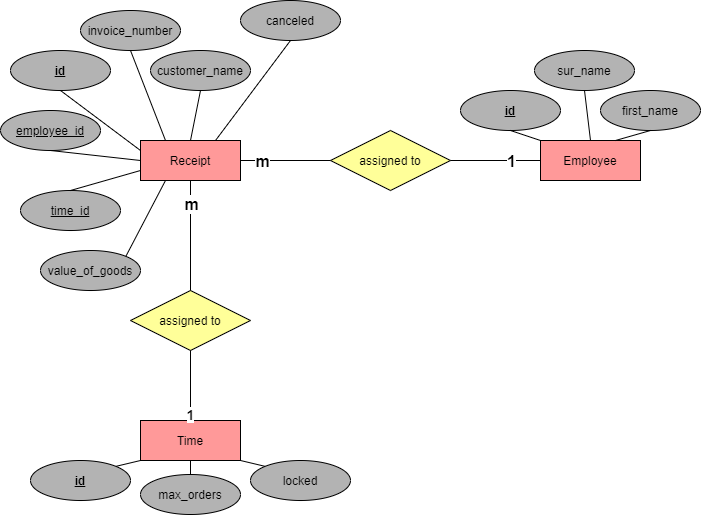
MrBalum/Gastro-Ordering-Handler keeps this draw.io diagram as ER-Chart.png. Above is the earlier version. Source tidied: cells renumbered, new cells last; positions are measured from the earlier drawing's top-left corner, leaving out a move shared by most shapes. Its diagram source:
```xml
<mxGraphModel>
  <root>
    <mxCell id="0" />
    <mxCell id="1" parent="0" />
    <mxCell id="2" value="Employee" style="whiteSpace=wrap;html=1;align=center;fillColor=#FF9999;" parent="1" vertex="1">
      <mxGeometry x="540" y="140" width="100" height="40" as="geometry" />
    </mxCell>
    <mxCell id="3" value="Time" style="whiteSpace=wrap;html=1;align=center;fillColor=#FF9999;" parent="1" vertex="1">
      <mxGeometry x="140" y="420" width="100" height="40" as="geometry" />
    </mxCell>
    <mxCell id="4" value="Receipt" style="whiteSpace=wrap;html=1;align=center;fillColor=#FF9999;" parent="1" vertex="1">
      <mxGeometry x="140" y="140" width="100" height="40" as="geometry" />
    </mxCell>
    <mxCell id="5" value="&lt;u&gt;&lt;b&gt;id&lt;/b&gt;&lt;/u&gt;" style="ellipse;whiteSpace=wrap;html=1;align=center;fillColor=#B3B3B3;" parent="1" vertex="1">
      <mxGeometry x="10" y="50" width="100" height="40" as="geometry" />
    </mxCell>
    <mxCell id="6" value="&lt;u&gt;&lt;b&gt;id&lt;/b&gt;&lt;/u&gt;" style="ellipse;whiteSpace=wrap;html=1;align=center;fillColor=#B3B3B3;" parent="1" vertex="1">
      <mxGeometry x="30" y="460" width="100" height="40" as="geometry" />
    </mxCell>
    <mxCell id="7" value="&lt;u&gt;&lt;b&gt;id&lt;/b&gt;&lt;/u&gt;" style="ellipse;whiteSpace=wrap;html=1;align=center;fillColor=#B3B3B3;" parent="1" vertex="1">
      <mxGeometry x="460" y="90" width="100" height="40" as="geometry" />
    </mxCell>
    <mxCell id="8" style="endArrow=none;html=1;rounded=0;exitX=1;exitY=0;exitDx=0;exitDy=0;entryX=0;entryY=1;entryDx=0;entryDy=0;" parent="1" edge="1" source="6" target="3">
      <mxGeometry relative="1" as="geometry" />
    </mxCell>
    <mxCell id="9" style="endArrow=none;html=1;rounded=0;entryX=0.5;entryY=1;entryDx=0;entryDy=0;exitX=0;exitY=0;exitDx=0;exitDy=0;" parent="1" edge="1" source="2" target="7">
      <mxGeometry relative="1" as="geometry" />
    </mxCell>
    <mxCell id="10" value="max_orders" style="ellipse;whiteSpace=wrap;html=1;align=center;fillColor=#B3B3B3;" parent="1" vertex="1">
      <mxGeometry x="140" y="474" width="100" height="40" as="geometry" />
    </mxCell>
    <mxCell id="11" style="endArrow=none;html=1;rounded=0;entryX=0.5;entryY=0;entryDx=0;entryDy=0;exitX=0.5;exitY=1;exitDx=0;exitDy=0;" parent="1" edge="1" source="3" target="10">
      <mxGeometry relative="1" as="geometry" />
    </mxCell>
    <mxCell id="12" value="invoice_number" style="ellipse;whiteSpace=wrap;html=1;align=center;fillColor=#B3B3B3;" parent="1" vertex="1">
      <mxGeometry x="80" y="10" width="100" height="40" as="geometry" />
    </mxCell>
    <mxCell id="13" style="endArrow=none;html=1;entryX=0.5;entryY=1;entryDx=0;entryDy=0;exitX=0.25;exitY=0;exitDx=0;exitDy=0;" parent="1" edge="1" source="4" target="12">
      <mxGeometry relative="1" as="geometry" />
    </mxCell>
    <mxCell id="14" style="endArrow=none;html=1;entryX=0;entryY=0.25;entryDx=0;entryDy=0;exitX=0.5;exitY=1;exitDx=0;exitDy=0;" parent="1" edge="1" source="5" target="4">
      <mxGeometry relative="1" as="geometry" />
    </mxCell>
    <mxCell id="15" value="customer_name" style="ellipse;whiteSpace=wrap;html=1;align=center;fillColor=#B3B3B3;" parent="1" vertex="1">
      <mxGeometry x="150" y="50" width="100" height="40" as="geometry" />
    </mxCell>
    <mxCell id="16" style="endArrow=none;html=1;rounded=0;entryX=0.5;entryY=1;entryDx=0;entryDy=0;" parent="1" edge="1" target="15">
      <mxGeometry relative="1" as="geometry">
        <mxPoint x="190" y="140" as="sourcePoint" />
      </mxGeometry>
    </mxCell>
    <mxCell id="17" value="&lt;u&gt;employee_id&lt;/u&gt;" style="ellipse;whiteSpace=wrap;html=1;align=center;fillColor=#B3B3B3;" parent="1" vertex="1">
      <mxGeometry y="110" width="100" height="40" as="geometry" />
    </mxCell>
    <mxCell id="18" style="endArrow=none;html=1;rounded=0;exitX=0.5;exitY=1;exitDx=0;exitDy=0;entryX=0;entryY=0.5;entryDx=0;entryDy=0;" parent="1" edge="1" source="17" target="4">
      <mxGeometry relative="1" as="geometry" />
    </mxCell>
    <mxCell id="19" value="sur_name" style="ellipse;whiteSpace=wrap;html=1;align=center;fillColor=#B3B3B3;" parent="1" vertex="1">
      <mxGeometry x="534" y="50" width="100" height="40" as="geometry" />
    </mxCell>
    <mxCell id="20" value="first_name" style="ellipse;whiteSpace=wrap;html=1;align=center;fillColor=#B3B3B3;" parent="1" vertex="1">
      <mxGeometry x="600" y="90" width="100" height="40" as="geometry" />
    </mxCell>
    <mxCell id="21" style="endArrow=none;html=1;rounded=0;entryX=0.5;entryY=1;entryDx=0;entryDy=0;exitX=0.5;exitY=0;exitDx=0;exitDy=0;" parent="1" edge="1" source="2" target="19">
      <mxGeometry relative="1" as="geometry" />
    </mxCell>
    <mxCell id="22" style="endArrow=none;html=1;rounded=0;entryX=0.75;entryY=0;entryDx=0;entryDy=0;exitX=0.5;exitY=1;exitDx=0;exitDy=0;" parent="1" edge="1" source="20" target="2">
      <mxGeometry relative="1" as="geometry" />
    </mxCell>
    <mxCell id="23" value="locked" style="ellipse;whiteSpace=wrap;html=1;align=center;fillColor=#B3B3B3;" parent="1" vertex="1">
      <mxGeometry x="250" y="460" width="100" height="40" as="geometry" />
    </mxCell>
    <mxCell id="24" style="endArrow=none;html=1;rounded=0;entryX=0;entryY=0;entryDx=0;entryDy=0;exitX=1;exitY=1;exitDx=0;exitDy=0;" parent="1" edge="1" source="3" target="23">
      <mxGeometry relative="1" as="geometry" />
    </mxCell>
    <mxCell id="25" value="assigned to" style="shape=rhombus;perimeter=rhombusPerimeter;whiteSpace=wrap;html=1;align=center;fillColor=#FFFF99;" parent="1" vertex="1">
      <mxGeometry x="130" y="290" width="120" height="60" as="geometry" />
    </mxCell>
    <mxCell id="26" style="endArrow=none;html=1;rounded=0;exitX=0.5;exitY=1;exitDx=0;exitDy=0;entryX=0.5;entryY=0;entryDx=0;entryDy=0;fillColor=none;" parent="1" edge="1" source="4" target="25">
      <mxGeometry relative="1" as="geometry" />
    </mxCell>
    <mxCell id="27" value="&lt;font size=&quot;3&quot;&gt;&lt;b&gt;m&lt;/b&gt;&lt;/font&gt;" style="edgeLabel;html=1;align=center;verticalAlign=middle;" parent="26" vertex="1">
      <mxGeometry x="-0.58" relative="1" as="geometry" />
    </mxCell>
    <mxCell id="28" style="endArrow=none;html=1;rounded=0;exitX=0.5;exitY=1;exitDx=0;exitDy=0;entryX=0.5;entryY=0;entryDx=0;entryDy=0;" parent="1" edge="1" source="25" target="3">
      <mxGeometry relative="1" as="geometry" />
    </mxCell>
    <mxCell id="29" value="&lt;font style=&quot;font-size: 14px&quot;&gt;&lt;b&gt;1&lt;/b&gt;&lt;/font&gt;" style="edgeLabel;html=1;align=center;verticalAlign=middle;fillColor=none;" parent="28" vertex="1">
      <mxGeometry x="0.79" y="-1" relative="1" as="geometry" />
    </mxCell>
    <mxCell id="30" value="&lt;u&gt;time_id&lt;/u&gt;" style="ellipse;whiteSpace=wrap;html=1;align=center;fillColor=#B3B3B3;" parent="1" vertex="1">
      <mxGeometry x="20" y="190" width="100" height="40" as="geometry" />
    </mxCell>
    <mxCell id="31" style="endArrow=none;html=1;rounded=0;exitX=0;exitY=0.75;exitDx=0;exitDy=0;entryX=0.5;entryY=0;entryDx=0;entryDy=0;" parent="1" edge="1" source="4" target="30">
      <mxGeometry relative="1" as="geometry" />
    </mxCell>
    <mxCell id="32" value="assigned to" style="shape=rhombus;perimeter=rhombusPerimeter;whiteSpace=wrap;html=1;align=center;fillColor=#FFFF99;" parent="1" vertex="1">
      <mxGeometry x="330" y="130" width="120" height="60" as="geometry" />
    </mxCell>
    <mxCell id="33" style="endArrow=none;html=1;rounded=0;exitX=0;exitY=0.5;exitDx=0;exitDy=0;entryX=1;entryY=0.5;entryDx=0;entryDy=0;" parent="1" edge="1" source="32" target="4">
      <mxGeometry relative="1" as="geometry" />
    </mxCell>
    <mxCell id="34" value="&lt;font size=&quot;3&quot;&gt;&lt;b&gt;m&lt;/b&gt;&lt;/font&gt;" style="edgeLabel;html=1;align=center;verticalAlign=middle;" parent="33" vertex="1">
      <mxGeometry x="0.54" relative="1" as="geometry" />
    </mxCell>
    <mxCell id="35" style="endArrow=none;html=1;rounded=0;entryX=0;entryY=0.5;entryDx=0;entryDy=0;exitX=1;exitY=0.5;exitDx=0;exitDy=0;" parent="1" edge="1" source="32" target="2">
      <mxGeometry relative="1" as="geometry" />
    </mxCell>
    <mxCell id="36" value="&lt;font size=&quot;3&quot;&gt;&lt;b&gt;1&lt;/b&gt;&lt;/font&gt;" style="edgeLabel;html=1;align=center;verticalAlign=middle;fillColor=none;" parent="35" vertex="1">
      <mxGeometry x="0.32" relative="1" as="geometry" />
    </mxCell>
    <mxCell id="37" value="canceled" style="ellipse;whiteSpace=wrap;html=1;align=center;fillColor=#B3B3B3;" parent="1" vertex="1">
      <mxGeometry x="240" width="100" height="40" as="geometry" />
    </mxCell>
    <mxCell id="38" style="endArrow=none;html=1;rounded=0;exitX=0.5;exitY=1;exitDx=0;exitDy=0;entryX=0.75;entryY=0;entryDx=0;entryDy=0;" parent="1" edge="1" source="37" target="4">
      <mxGeometry relative="1" as="geometry" />
    </mxCell>
    <mxCell id="39" value="value_of_goods" style="ellipse;whiteSpace=wrap;html=1;align=center;fillColor=#B3B3B3;" parent="1" vertex="1">
      <mxGeometry x="40" y="250" width="100" height="40" as="geometry" />
    </mxCell>
    <mxCell id="40" style="endArrow=none;html=1;rounded=0;exitX=1;exitY=0;exitDx=0;exitDy=0;entryX=0.25;entryY=1;entryDx=0;entryDy=0;" parent="1" edge="1" source="39" target="4">
      <mxGeometry relative="1" as="geometry" />
    </mxCell>
  </root>
</mxGraphModel>
```
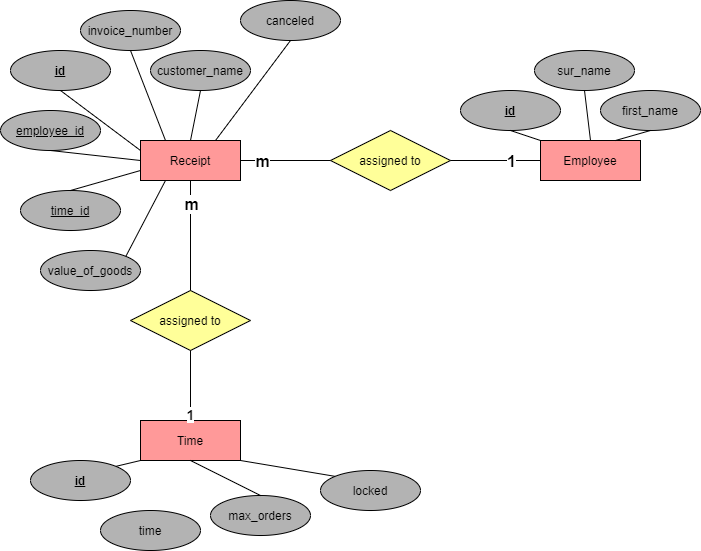
The same file after the commit.

Commit message:
Issue #3 fixed ER-Diagramm, added new attribute to time entity

Change to the diagram source:
```diff
@@ -27,7 +27,7 @@
       <mxGeometry relative="1" as="geometry" />
     </mxCell>
     <mxCell id="10" value="max_orders" style="ellipse;whiteSpace=wrap;html=1;align=center;fillColor=#B3B3B3;" parent="1" vertex="1">
-      <mxGeometry x="140" y="474" width="100" height="40" as="geometry" />
+      <mxGeometry x="210" y="495" width="100" height="40" as="geometry" />
     </mxCell>
     <mxCell id="11" style="endArrow=none;html=1;rounded=0;entryX=0.5;entryY=0;entryDx=0;entryDy=0;exitX=0.5;exitY=1;exitDx=0;exitDy=0;" parent="1" edge="1" source="3" target="10">
       <mxGeometry relative="1" as="geometry" />
@@ -68,7 +68,7 @@
       <mxGeometry relative="1" as="geometry" />
     </mxCell>
     <mxCell id="23" value="locked" style="ellipse;whiteSpace=wrap;html=1;align=center;fillColor=#B3B3B3;" parent="1" vertex="1">
-      <mxGeometry x="250" y="460" width="100" height="40" as="geometry" />
+      <mxGeometry x="320" y="470" width="100" height="40" as="geometry" />
     </mxCell>
     <mxCell id="24" style="endArrow=none;html=1;rounded=0;entryX=0;entryY=0;entryDx=0;entryDy=0;exitX=1;exitY=1;exitDx=0;exitDy=0;" parent="1" edge="1" source="3" target="23">
       <mxGeometry relative="1" as="geometry" />
@@ -121,5 +121,8 @@
     <mxCell id="40" style="endArrow=none;html=1;rounded=0;exitX=1;exitY=0;exitDx=0;exitDy=0;entryX=0.25;entryY=1;entryDx=0;entryDy=0;" parent="1" edge="1" source="39" target="4">
       <mxGeometry relative="1" as="geometry" />
     </mxCell>
+    <mxCell id="41" value="time" style="ellipse;whiteSpace=wrap;html=1;align=center;fillColor=#B3B3B3;" parent="1" vertex="1">
+      <mxGeometry x="100" y="510" width="100" height="40" as="geometry" />
+    </mxCell>
   </root>
 </mxGraphModel>
```
